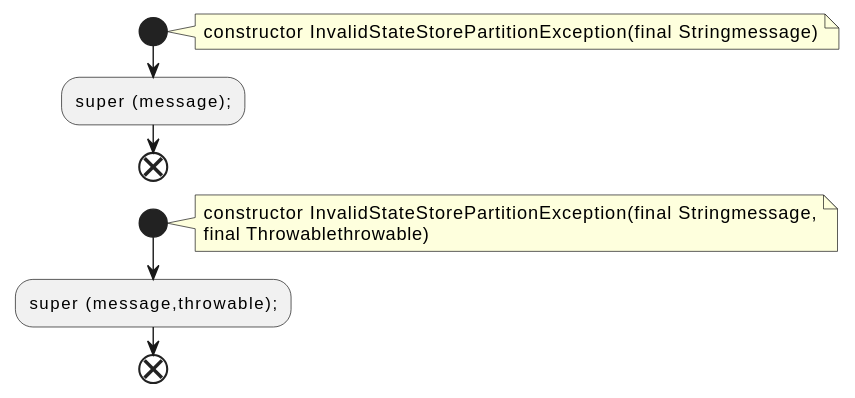
Before: docs/qc/streams/src/main/java/org/apache/kafka/streams/errors/InvalidStateStorePartitionException.java.fct.svg, a diagram exported from PlantUML (qualitesys/kafka).
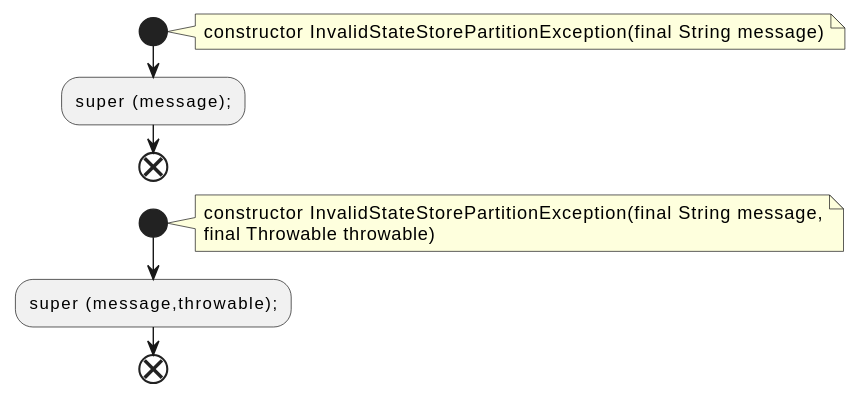
After the change.

The edit, as a diff of the source:
```diff
@@ -2,14 +2,14 @@
 !pragma layout smetana
 start
 note right
-constructor InvalidStateStorePartitionException(final Stringmessage)
+constructor InvalidStateStorePartitionException(final String message)
 end note
 :super (message);;
 end
 start
 note right
-constructor InvalidStateStorePartitionException(final Stringmessage,
-final Throwablethrowable)
+constructor InvalidStateStorePartitionException(final String message,
+final Throwable throwable)
 end note
 :super (message,throwable);;
 end
```
